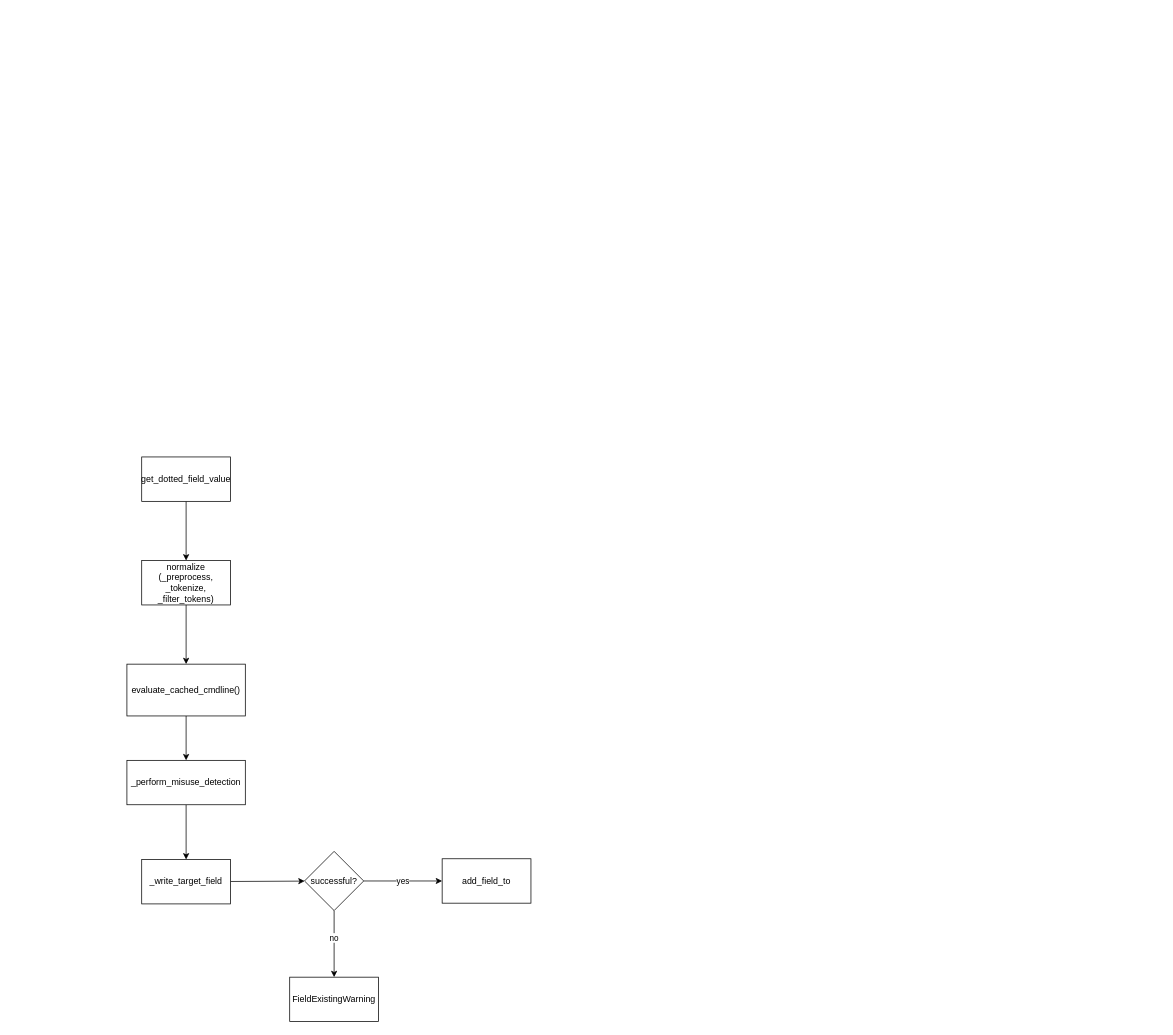
Above: page "Amides" (2 of 30) of doc/source/development/architecture/diagramms/process.drawio in fkie-cad/Logprep (draw.io), before the change. Source tidied: cells renumbered, new cells numbered last; positions are measured from the earlier drawing's top-left corner, leaving out a move shared by most shapes. Both pictures are drawn from the tidied source at 74%, with x=0, y=0 at pixel (127, 457).
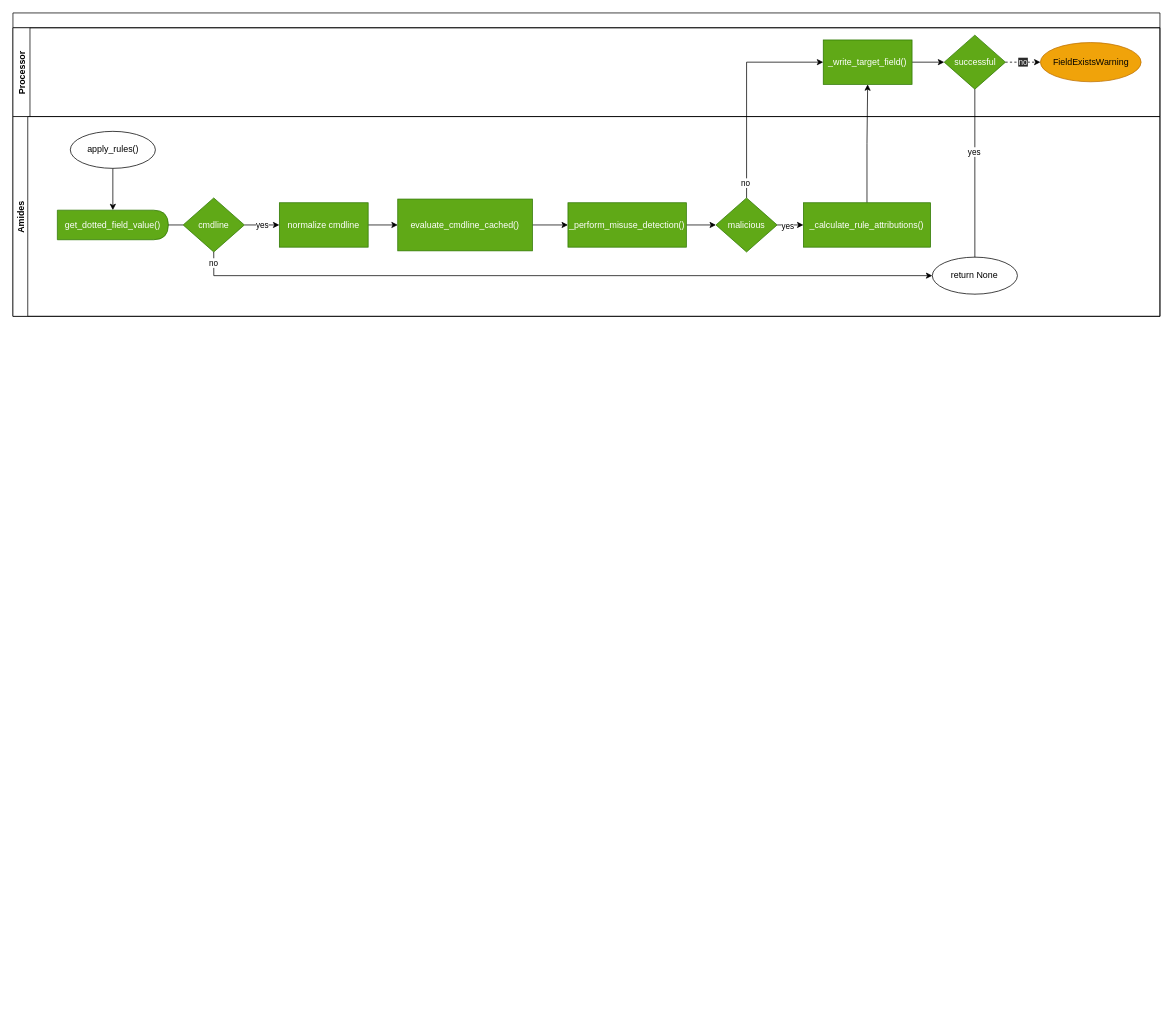
After the change.

Commit message (it also covers changes not shown here):
update processor drawio diagram

Diff of the diagram source:
```diff
@@
-    <mxCell id="2" style="edgeStyle=none;html=1;" parent="1" edge="1" source="3" target="5">
-      <mxGeometry relative="1" as="geometry" />
-    </mxCell>
-    <mxCell id="3" value="get_dotted_field_value" style="rounded=0;whiteSpace=wrap;html=1;" parent="1" vertex="1">
-      <mxGeometry x="20" width="120" height="60" as="geometry" />
-    </mxCell>
-    <mxCell id="4" style="edgeStyle=none;html=1;" parent="1" edge="1" source="5" target="7">
-      <mxGeometry relative="1" as="geometry" />
-    </mxCell>
-    <mxCell id="5" value="normalize (_preprocess, _tokenize, _filter_tokens)" style="whiteSpace=wrap;html=1;rounded=0;" parent="1" vertex="1">
-      <mxGeometry x="20" y="140" width="120" height="60" as="geometry" />
-    </mxCell>
-    <mxCell id="6" style="edgeStyle=none;html=1;exitX=0.5;exitY=1;exitDx=0;exitDy=0;" parent="1" edge="1" source="7" target="9">
-      <mxGeometry relative="1" as="geometry" />
-    </mxCell>
-    <mxCell id="7" value="evaluate_cached_cmdline()&lt;br&gt;" style="whiteSpace=wrap;html=1;rounded=0;" parent="1" vertex="1">
-      <mxGeometry y="280" width="160" height="70" as="geometry" />
-    </mxCell>
-    <mxCell id="8" style="edgeStyle=none;html=1;" parent="1" edge="1" source="9" target="11">
-      <mxGeometry relative="1" as="geometry" />
-    </mxCell>
-    <mxCell id="9" value="_perform_misuse_detection" style="whiteSpace=wrap;html=1;rounded=0;" parent="1" vertex="1">
-      <mxGeometry y="410" width="160" height="60" as="geometry" />
-    </mxCell>
-    <mxCell id="10" style="edgeStyle=none;html=1;" parent="1" edge="1" source="11" target="16">
-      <mxGeometry relative="1" as="geometry" />
-    </mxCell>
-    <mxCell id="11" value="_write_target_field" style="whiteSpace=wrap;html=1;rounded=0;" parent="1" vertex="1">
-      <mxGeometry x="20" y="544" width="120" height="60" as="geometry" />
-    </mxCell>
-    <mxCell id="12" style="edgeStyle=none;html=1;" parent="1" edge="1" source="16" target="17">
-      <mxGeometry relative="1" as="geometry" />
-    </mxCell>
-    <mxCell id="13" value="no" style="edgeLabel;html=1;align=center;verticalAlign=middle;" parent="12" vertex="1">
-      <mxGeometry x="0.33" y="-1" relative="1" as="geometry">
-        <mxPoint y="-24" as="offset" />
-      </mxGeometry>
-    </mxCell>
-    <mxCell id="14" style="edgeStyle=none;html=1;" parent="1" edge="1" source="16" target="18">
-      <mxGeometry relative="1" as="geometry" />
-    </mxCell>
-    <mxCell id="15" value="yes" style="edgeLabel;html=1;align=center;verticalAlign=middle;" parent="14" vertex="1">
-      <mxGeometry x="0.42" relative="1" as="geometry">
-        <mxPoint x="-23" as="offset" />
-      </mxGeometry>
-    </mxCell>
-    <mxCell id="16" value="successful?" style="rhombus;whiteSpace=wrap;html=1;rounded=0;" parent="1" vertex="1">
-      <mxGeometry x="240" y="533" width="80" height="80" as="geometry" />
-    </mxCell>
-    <mxCell id="17" value="FieldExistingWarning" style="whiteSpace=wrap;html=1;rounded=0;" parent="1" vertex="1">
-      <mxGeometry x="220" y="703" width="120" height="60" as="geometry" />
-    </mxCell>
-    <mxCell id="18" value="add_field_to" style="whiteSpace=wrap;html=1;rounded=0;" parent="1" vertex="1">
-      <mxGeometry x="426" y="543" width="120" height="60" as="geometry" />
-    </mxCell>
+    <mxCell id="19" style="swimlane;horizontal=1;startSize=20;" parent="1" vertex="1">
+      <mxGeometry x="-154" y="-600" width="1550" height="410" as="geometry" />
+    </mxCell>
+    <mxCell id="20" value="Processor" style="swimlane;horizontal=0;" parent="19" vertex="1">
+      <mxGeometry y="20" width="1550" height="120" as="geometry" />
+    </mxCell>
+    <mxCell id="21" style="edgeStyle=orthogonalEdgeStyle;rounded=0;jettySize=auto;html=1;entryX=0;entryY=0.5;entryDx=0;entryDy=0;fontFamily=Helvetica;fontSize=12;fontColor=#FFFFFF;" parent="20" edge="1" source="22" target="23">
+      <mxGeometry relative="1" as="geometry" />
+    </mxCell>
+    <mxCell id="22" value="_write_target_field()" style="whiteSpace=wrap;html=1;rounded=1;fillColor=#60a917;fontColor=#ffffff;strokeColor=#2D7600;arcSize=0;" parent="20" vertex="1">
+      <mxGeometry x="1095" y="16.5" width="120" height="60" as="geometry" />
+    </mxCell>
+    <mxCell id="23" value="successful" style="rhombus;whiteSpace=wrap;html=1;fillColor=#60a917;fontColor=#ffffff;strokeColor=#2D7600;" parent="20" vertex="1">
+      <mxGeometry x="1258.5" y="10" width="82.7" height="73" as="geometry" />
+    </mxCell>
+    <mxCell id="24" value="FieldExistsWarning" style="ellipse;whiteSpace=wrap;html=1;fillColor=#f0a30a;fontColor=#000000;strokeColor=#BD7000;" parent="20" vertex="1">
+      <mxGeometry x="1388.5" y="20" width="136" height="53" as="geometry" />
+    </mxCell>
+    <mxCell id="25" value="&lt;span style=&quot;color: rgb(240, 240, 240); font-family: Helvetica; font-size: 11px; font-style: normal; font-variant-ligatures: normal; font-variant-caps: normal; font-weight: 400; letter-spacing: normal; orphans: 2; text-align: center; text-indent: 0px; text-transform: none; widows: 2; word-spacing: 0px; -webkit-text-stroke-width: 0px; background-color: rgb(42, 42, 42); text-decoration-thickness: initial; text-decoration-style: initial; text-decoration-color: initial; float: none; display: inline !important;&quot;&gt;no&lt;/span&gt;" style="edgeStyle=orthogonalEdgeStyle;rounded=0;jettySize=auto;html=1;dashed=1;exitX=1;exitY=0.5;exitDx=0;exitDy=0;entryX=0;entryY=0.5;entryDx=0;entryDy=0;" parent="20" edge="1" source="23" target="24">
+      <mxGeometry relative="1" as="geometry">
+        <Array as="points">
+          <mxPoint x="1364" y="47" />
+          <mxPoint x="1364" y="47" />
+        </Array>
+      </mxGeometry>
+    </mxCell>
+    <mxCell id="26" style="edgeStyle=orthogonalEdgeStyle;rounded=0;jettySize=auto;html=1;entryX=0.5;entryY=1;entryDx=0;entryDy=0;" parent="19" edge="1" source="47" target="22">
+      <mxGeometry relative="1" as="geometry" />
+    </mxCell>
+    <mxCell id="27" value="no" style="edgeStyle=orthogonalEdgeStyle;rounded=0;jettySize=auto;html=1;entryX=0;entryY=0.5;entryDx=0;entryDy=0;" parent="19" edge="1" source="46" target="22">
+      <mxGeometry x="-0.86" y="1" relative="1" as="geometry">
+        <Array as="points">
+          <mxPoint x="991" y="66" />
+          <mxPoint x="1095" y="66" />
+        </Array>
+      </mxGeometry>
+    </mxCell>
+    <mxCell id="28" value="yes" style="edgeStyle=orthogonalEdgeStyle;rounded=0;jettySize=auto;html=1;exitX=0.5;exitY=1;exitDx=0;exitDy=0;entryX=0.5;entryY=0;entryDx=0;entryDy=0;" parent="19" edge="1" source="23" target="34">
+      <mxGeometry x="-0.48" y="-1" relative="1" as="geometry">
+        <Array as="points">
+          <mxPoint x="1299.9" y="380" />
+          <mxPoint x="1299.9" y="380" />
+        </Array>
+      </mxGeometry>
+    </mxCell>
+    <mxCell id="29" value="Amides" style="swimlane;startSize=20;horizontal=0;" parent="19" vertex="1">
+      <mxGeometry y="140" width="1550" height="270" as="geometry" />
+    </mxCell>
+    <mxCell id="30" value="yes" style="edgeStyle=none;html=1;exitX=1;exitY=0.5;exitDx=0;exitDy=0;entryX=0;entryY=0.5;entryDx=0;entryDy=0;startArrow=none;" parent="29" edge="1" source="41" target="36">
+      <mxGeometry relative="1" as="geometry" />
+    </mxCell>
+    <mxCell id="31" style="edgeStyle=orthogonalEdgeStyle;html=1;startArrow=none;startFill=0;endArrow=classic;endFill=1;entryX=0.5;entryY=0;entryDx=0;entryDy=0;" parent="29" edge="1" source="32" target="33">
+      <mxGeometry relative="1" as="geometry" />
+    </mxCell>
+    <mxCell id="32" value="apply_rules()" style="ellipse;whiteSpace=wrap;html=1;" parent="29" vertex="1">
+      <mxGeometry x="77.5" y="20" width="115" height="50" as="geometry" />
+    </mxCell>
+    <mxCell id="33" value="get_dotted_field_value()" style="shape=delay;whiteSpace=wrap;html=1;labelBackgroundColor=none;fontFamily=Helvetica;fontSize=12;fontColor=#ffffff;fillColor=#60a917;strokeColor=#2D7600;" parent="29" vertex="1">
+      <mxGeometry x="60" y="126.5" width="150" height="40" as="geometry" />
+    </mxCell>
+    <mxCell id="34" value="return None" style="ellipse;whiteSpace=wrap;html=1;" parent="29" vertex="1">
+      <mxGeometry x="1242.4" y="190" width="115" height="50" as="geometry" />
+    </mxCell>
+    <mxCell id="35" style="edgeStyle=orthogonalEdgeStyle;rounded=0;jettySize=auto;html=1;" parent="29" edge="1" source="36" target="38">
+      <mxGeometry relative="1" as="geometry" />
+    </mxCell>
+    <mxCell id="36" value="normalize cmdline" style="whiteSpace=wrap;html=1;rounded=0;fillColor=#60a917;fontColor=#ffffff;strokeColor=#2D7600;" parent="29" vertex="1">
+      <mxGeometry x="360" y="116.5" width="120" height="60" as="geometry" />
+    </mxCell>
+    <mxCell id="37" style="edgeStyle=orthogonalEdgeStyle;rounded=0;jettySize=auto;html=1;" parent="29" edge="1" source="38" target="40">
+      <mxGeometry relative="1" as="geometry" />
+    </mxCell>
+    <mxCell id="38" value="evaluate_cmdline_cached()" style="whiteSpace=wrap;html=1;rounded=0;fillColor=#60a917;fontColor=#ffffff;strokeColor=#2D7600;" parent="29" vertex="1">
+      <mxGeometry x="520" y="111.5" width="182" height="70" as="geometry" />
+    </mxCell>
+    <mxCell id="39" style="edgeStyle=orthogonalEdgeStyle;rounded=0;jettySize=auto;html=1;entryX=0;entryY=0.5;entryDx=0;entryDy=0;" parent="29" edge="1" source="40" target="46">
+      <mxGeometry relative="1" as="geometry" />
+    </mxCell>
+    <mxCell id="40" value="_perform_misuse_detection()" style="whiteSpace=wrap;html=1;rounded=0;fillColor=#60a917;fontColor=#ffffff;strokeColor=#2D7600;" parent="29" vertex="1">
+      <mxGeometry x="750" y="116.5" width="160" height="60" as="geometry" />
+    </mxCell>
+    <mxCell id="41" value="cmdline" style="rhombus;whiteSpace=wrap;html=1;fillColor=#60a917;fontColor=#ffffff;strokeColor=#2D7600;" parent="29" vertex="1">
+      <mxGeometry x="230" y="110" width="82.7" height="73" as="geometry" />
+    </mxCell>
+    <mxCell id="42" style="edgeStyle=none;html=1;exitX=1;exitY=0.5;exitDx=0;exitDy=0;entryX=0;entryY=0.5;entryDx=0;entryDy=0;endArrow=none;" parent="29" edge="1" source="33" target="41">
+      <mxGeometry relative="1" as="geometry" />
+    </mxCell>
+    <mxCell id="43" value="no" style="edgeStyle=orthogonalEdgeStyle;rounded=0;jettySize=auto;html=1;entryX=0;entryY=0.5;entryDx=0;entryDy=0;exitX=0.5;exitY=1;exitDx=0;exitDy=0;" parent="29" edge="1" source="41" target="34">
+      <mxGeometry x="-0.97" relative="1" as="geometry">
+        <Array as="points">
+          <mxPoint x="271" y="215" />
+        </Array>
+      </mxGeometry>
+    </mxCell>
+    <mxCell id="44" style="edgeStyle=orthogonalEdgeStyle;rounded=0;orthogonalLoop=1;jettySize=auto;html=1;" parent="29" edge="1">
+      <mxGeometry relative="1" as="geometry">
+        <mxPoint x="1132.7" y="146.5" as="sourcePoint" />
+        <mxPoint x="1194.1" y="146.5" as="targetPoint" />
+      </mxGeometry>
+    </mxCell>
+    <mxCell id="45" value="yes" style="edgeStyle=orthogonalEdgeStyle;rounded=0;jettySize=auto;html=1;" parent="29" edge="1" source="46" target="47">
+      <mxGeometry x="-0.36" y="-1" relative="1" as="geometry" />
+    </mxCell>
+    <mxCell id="46" value="malicious" style="rhombus;whiteSpace=wrap;html=1;fillColor=#60a917;fontColor=#ffffff;strokeColor=#2D7600;" parent="29" vertex="1">
+      <mxGeometry x="950" y="110" width="82.7" height="73" as="geometry" />
+    </mxCell>
+    <mxCell id="47" value="_calculate_rule_attributions()" style="whiteSpace=wrap;html=1;fillColor=#60a917;strokeColor=#2D7600;fontColor=#ffffff;" parent="29" vertex="1">
+      <mxGeometry x="1068.2" y="116.5" width="171.8" height="60" as="geometry" />
+    </mxCell>
```
